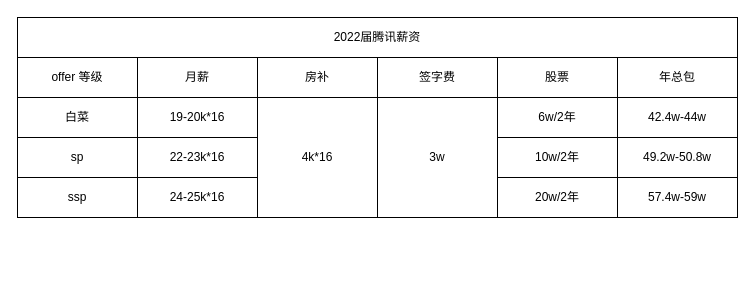
Above: 杂/22届腾讯.drawio in xiaolincoder/ImageHost4 (draw.io), before the change. Source tidied: cells renumbered, new cells numbered last; positions are measured from the earlier drawing's top-left corner, leaving out a move shared by most shapes. Both pictures are drawn from the tidied source at 100%, with x=0, y=0 at pixel (17, 17).
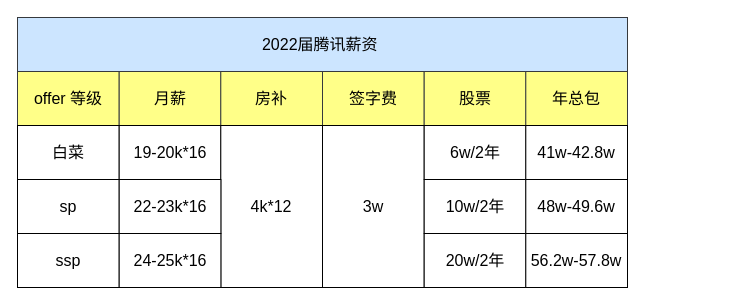
The same page after the edit.

Diff of the diagram source:
```diff
@@
+    <mxCell id="23" style="group;" parent="1" vertex="1">
+      <mxGeometry width="610" height="270" as="geometry" />
+    </mxCell>
-    <mxCell id="2" value="2022届腾讯薪资" style="rounded=0;whiteSpace=wrap;html=1;" parent="1" vertex="1">
-      <mxGeometry width="720" height="40" as="geometry" />
+    <mxCell id="2" value="2022届腾讯薪资&amp;nbsp;" style="rounded=0;whiteSpace=wrap;html=1;fontSize=16;fillColor=#cce5ff;strokeColor=#36393d;" parent="23" vertex="1">
+      <mxGeometry width="610" height="54" as="geometry" />
     </mxCell>
-    <mxCell id="3" value="offer 等级" style="rounded=0;whiteSpace=wrap;html=1;" parent="1" vertex="1">
-      <mxGeometry y="40" width="120" height="40" as="geometry" />
+    <mxCell id="3" value="offer 等级" style="rounded=0;whiteSpace=wrap;html=1;fontSize=16;fillColor=#ffff88;strokeColor=#36393d;" parent="23" vertex="1">
+      <mxGeometry y="54" width="101.7" height="54" as="geometry" />
     </mxCell>
-    <mxCell id="4" value="月薪" style="rounded=0;whiteSpace=wrap;html=1;" parent="1" vertex="1">
-      <mxGeometry x="120" y="40" width="120" height="40" as="geometry" />
+    <mxCell id="4" value="月薪" style="rounded=0;whiteSpace=wrap;html=1;fontSize=16;fillColor=#ffff88;strokeColor=#36393d;" parent="23" vertex="1">
+      <mxGeometry x="101.7" y="54" width="101.7" height="54" as="geometry" />
     </mxCell>
-    <mxCell id="5" value="房补" style="rounded=0;whiteSpace=wrap;html=1;" parent="1" vertex="1">
-      <mxGeometry x="240" y="40" width="120" height="40" as="geometry" />
+    <mxCell id="5" value="房补" style="rounded=0;whiteSpace=wrap;html=1;fontSize=16;fillColor=#ffff88;strokeColor=#36393d;" parent="23" vertex="1">
+      <mxGeometry x="203.3" y="54" width="101.7" height="54" as="geometry" />
     </mxCell>
-    <mxCell id="6" value="签字费" style="rounded=0;whiteSpace=wrap;html=1;" parent="1" vertex="1">
-      <mxGeometry x="360" y="40" width="120" height="40" as="geometry" />
+    <mxCell id="6" value="签字费" style="rounded=0;whiteSpace=wrap;html=1;fontSize=16;fillColor=#ffff88;strokeColor=#36393d;" parent="23" vertex="1">
+      <mxGeometry x="305" y="54" width="101.7" height="54" as="geometry" />
     </mxCell>
-    <mxCell id="7" value="股票" style="rounded=0;whiteSpace=wrap;html=1;" parent="1" vertex="1">
-      <mxGeometry x="480" y="40" width="120" height="40" as="geometry" />
+    <mxCell id="7" value="股票" style="rounded=0;whiteSpace=wrap;html=1;fontSize=16;fillColor=#ffff88;strokeColor=#36393d;" parent="23" vertex="1">
+      <mxGeometry x="406.7" y="54" width="101.7" height="54" as="geometry" />
     </mxCell>
-    <mxCell id="8" value="年总包" style="rounded=0;whiteSpace=wrap;html=1;" parent="1" vertex="1">
-      <mxGeometry x="600" y="40" width="120" height="40" as="geometry" />
+    <mxCell id="8" value="年总包" style="rounded=0;whiteSpace=wrap;html=1;fontSize=16;fillColor=#ffff88;strokeColor=#36393d;" parent="23" vertex="1">
+      <mxGeometry x="508.3" y="54" width="101.7" height="54" as="geometry" />
     </mxCell>
-    <mxCell id="9" value="白菜" style="rounded=0;whiteSpace=wrap;html=1;" parent="1" vertex="1">
-      <mxGeometry y="80" width="120" height="40" as="geometry" />
+    <mxCell id="9" value="白菜" style="rounded=0;whiteSpace=wrap;html=1;fontSize=16;" parent="23" vertex="1">
+      <mxGeometry y="108" width="101.7" height="54" as="geometry" />
     </mxCell>
-    <mxCell id="10" value="19-20k*16" style="rounded=0;whiteSpace=wrap;html=1;" parent="1" vertex="1">
-      <mxGeometry x="120" y="80" width="120" height="40" as="geometry" />
+    <mxCell id="10" value="19-20k*16" style="rounded=0;whiteSpace=wrap;html=1;fontSize=16;" parent="23" vertex="1">
+      <mxGeometry x="101.7" y="108" width="101.7" height="54" as="geometry" />
     </mxCell>
-    <mxCell id="11" value="4k*16" style="rounded=0;whiteSpace=wrap;html=1;" parent="1" vertex="1">
-      <mxGeometry x="240" y="80" width="120" height="120" as="geometry" />
+    <mxCell id="11" value="4k*12" style="rounded=0;whiteSpace=wrap;html=1;fontSize=16;" parent="23" vertex="1">
+      <mxGeometry x="203.3" y="108" width="101.7" height="162" as="geometry" />
     </mxCell>
-    <mxCell id="12" value="3w" style="rounded=0;whiteSpace=wrap;html=1;" parent="1" vertex="1">
-      <mxGeometry x="360" y="80" width="120" height="120" as="geometry" />
+    <mxCell id="12" value="3w" style="rounded=0;whiteSpace=wrap;html=1;fontSize=16;" parent="23" vertex="1">
+      <mxGeometry x="305" y="108" width="101.7" height="162" as="geometry" />
     </mxCell>
-    <mxCell id="13" value="6w/2年" style="rounded=0;whiteSpace=wrap;html=1;" parent="1" vertex="1">
-      <mxGeometry x="480" y="80" width="120" height="40" as="geometry" />
+    <mxCell id="13" value="6w/2年" style="rounded=0;whiteSpace=wrap;html=1;fontSize=16;" parent="23" vertex="1">
+      <mxGeometry x="406.7" y="108" width="101.7" height="54" as="geometry" />
     </mxCell>
-    <mxCell id="14" value="42.4w-44w" style="rounded=0;whiteSpace=wrap;html=1;" parent="1" vertex="1">
-      <mxGeometry x="600" y="80" width="120" height="40" as="geometry" />
+    <mxCell id="14" value="41w-42.8w" style="rounded=0;whiteSpace=wrap;html=1;fontSize=16;" parent="23" vertex="1">
+      <mxGeometry x="508.3" y="108" width="101.7" height="54" as="geometry" />
     </mxCell>
-    <mxCell id="15" value="sp" style="rounded=0;whiteSpace=wrap;html=1;" parent="1" vertex="1">
-      <mxGeometry y="120" width="120" height="40" as="geometry" />
+    <mxCell id="15" value="sp" style="rounded=0;whiteSpace=wrap;html=1;fontSize=16;" parent="23" vertex="1">
+      <mxGeometry y="162" width="101.7" height="54" as="geometry" />
     </mxCell>
-    <mxCell id="16" value="22-23k*16" style="rounded=0;whiteSpace=wrap;html=1;" parent="1" vertex="1">
-      <mxGeometry x="120" y="120" width="120" height="40" as="geometry" />
+    <mxCell id="16" value="22-23k*16" style="rounded=0;whiteSpace=wrap;html=1;fontSize=16;" parent="23" vertex="1">
+      <mxGeometry x="101.7" y="162" width="101.7" height="54" as="geometry" />
     </mxCell>
-    <mxCell id="17" value="ssp" style="rounded=0;whiteSpace=wrap;html=1;" parent="1" vertex="1">
-      <mxGeometry y="160" width="120" height="40" as="geometry" />
+    <mxCell id="17" value="ssp" style="rounded=0;whiteSpace=wrap;html=1;fontSize=16;" parent="23" vertex="1">
+      <mxGeometry y="216" width="101.7" height="54" as="geometry" />
     </mxCell>
-    <mxCell id="18" value="24-25k*16" style="rounded=0;whiteSpace=wrap;html=1;" parent="1" vertex="1">
-      <mxGeometry x="120" y="160" width="120" height="40" as="geometry" />
+    <mxCell id="18" value="24-25k*16" style="rounded=0;whiteSpace=wrap;html=1;fontSize=16;" parent="23" vertex="1">
+      <mxGeometry x="101.7" y="216" width="101.7" height="54" as="geometry" />
     </mxCell>
-    <mxCell id="19" value="10w/2年" style="rounded=0;whiteSpace=wrap;html=1;" parent="1" vertex="1">
-      <mxGeometry x="480" y="120" width="120" height="40" as="geometry" />
+    <mxCell id="19" value="10w/2年" style="rounded=0;whiteSpace=wrap;html=1;fontSize=16;" parent="23" vertex="1">
+      <mxGeometry x="406.7" y="162" width="101.7" height="54" as="geometry" />
     </mxCell>
-    <mxCell id="20" value="20w/2年" style="rounded=0;whiteSpace=wrap;html=1;" parent="1" vertex="1">
-      <mxGeometry x="480" y="160" width="120" height="40" as="geometry" />
+    <mxCell id="20" value="20w/2年" style="rounded=0;whiteSpace=wrap;html=1;fontSize=16;" parent="23" vertex="1">
+      <mxGeometry x="406.7" y="216" width="101.7" height="54" as="geometry" />
     </mxCell>
-    <mxCell id="21" value="49.2w-50.8w" style="rounded=0;whiteSpace=wrap;html=1;" parent="1" vertex="1">
-      <mxGeometry x="600" y="120" width="120" height="40" as="geometry" />
+    <mxCell id="21" value="48w-49.6w" style="rounded=0;whiteSpace=wrap;html=1;fontSize=16;" parent="23" vertex="1">
+      <mxGeometry x="508.3" y="162" width="101.7" height="54" as="geometry" />
     </mxCell>
-    <mxCell id="22" value="57.4w-59w" style="rounded=0;whiteSpace=wrap;html=1;" parent="1" vertex="1">
-      <mxGeometry x="600" y="160" width="120" height="40" as="geometry" />
+    <mxCell id="22" value="56.2w-57.8w" style="rounded=0;whiteSpace=wrap;html=1;fontSize=16;" parent="23" vertex="1">
+      <mxGeometry x="508.3" y="216" width="101.7" height="54" as="geometry" />
     </mxCell>
```
